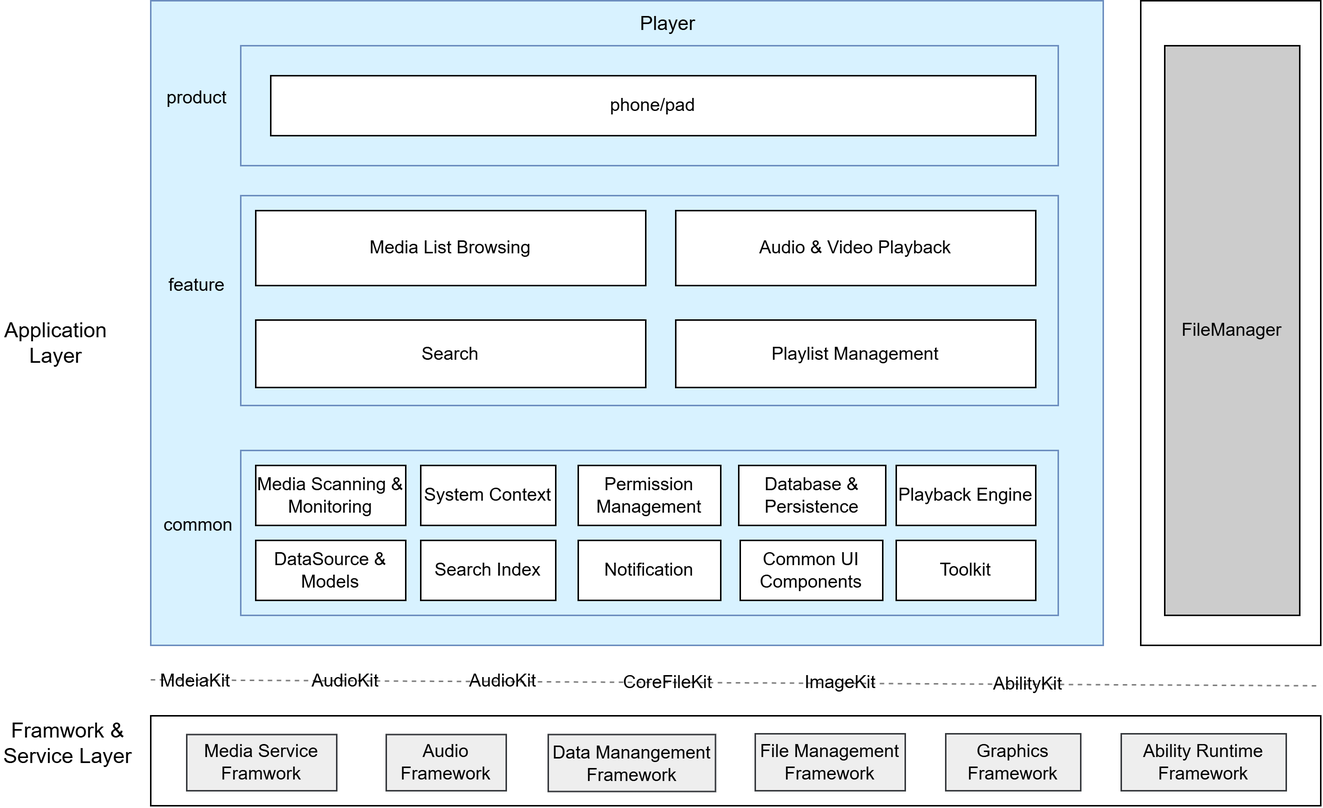
This is figures/Player_en.png from eclipse-oniro-mirrors/applications_players, a draw.io export, as it was before one commit. Source tidied: cells renumbered, new cells last; positions are measured from the earlier drawing's top-left corner, leaving out a move shared by most shapes.
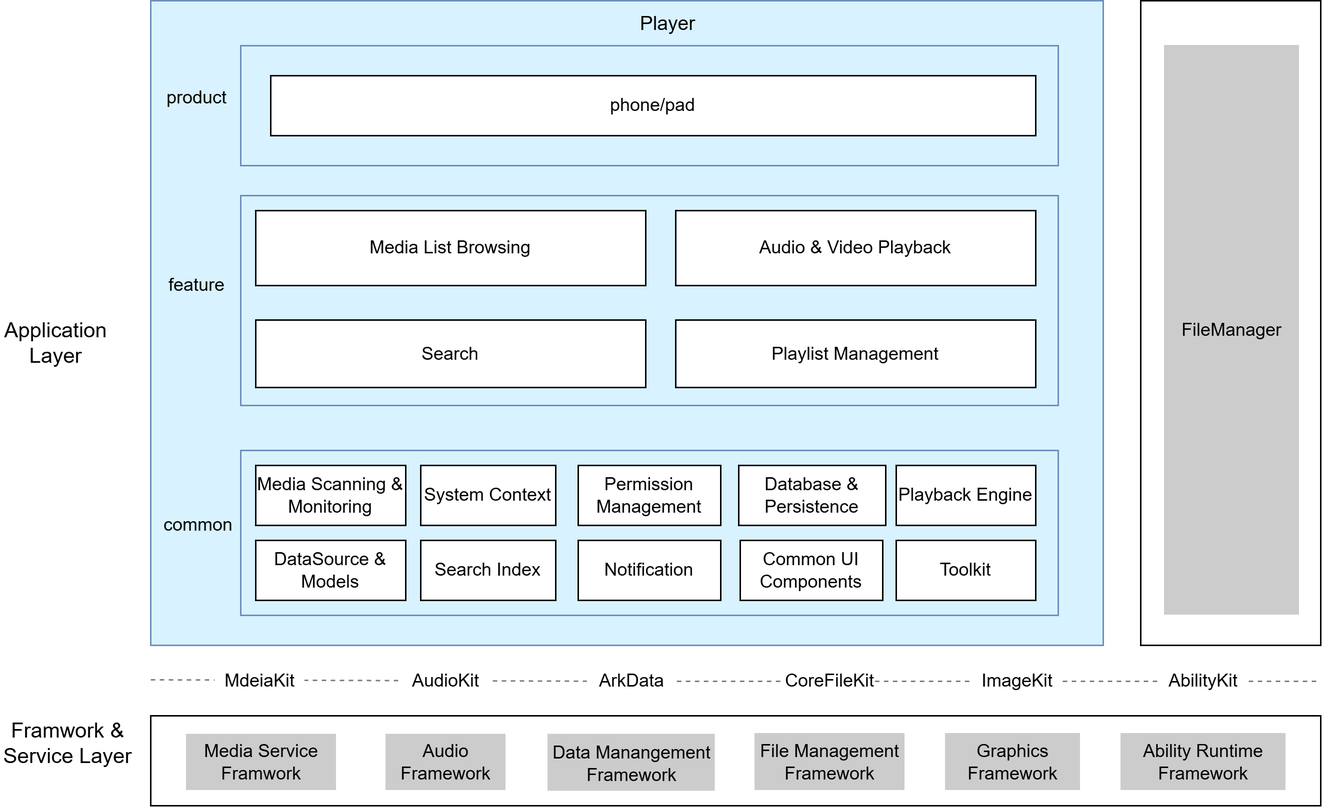
After the commit.

What changed in the source:
```diff
@@ -47,7 +47,7 @@
     <mxCell id="16" style="rounded=0;whiteSpace=wrap;html=1;" parent="1" vertex="1">
       <mxGeometry x="760" width="120" height="430" as="geometry" />
     </mxCell>
-    <mxCell id="17" value="FileManager" style="rounded=0;whiteSpace=wrap;html=1;fillColor=#CCCCCC;" parent="1" vertex="1">
+    <mxCell id="17" value="FileManager" style="rounded=0;whiteSpace=wrap;html=1;fillColor=#CCCCCC;strokeColor=none;" parent="1" vertex="1">
       <mxGeometry x="776" y="30" width="90" height="380" as="geometry" />
     </mxCell>
     <mxCell id="18" value="Player" style="text;html=1;whiteSpace=wrap;strokeColor=none;fillColor=none;align=center;verticalAlign=middle;rounded=0;fontSize=13;" parent="1" vertex="1">
@@ -68,49 +68,30 @@
     <mxCell id="23" value="Toolkit" style="rounded=0;whiteSpace=wrap;html=1;" parent="1" vertex="1">
       <mxGeometry x="597" y="360" width="93" height="40" as="geometry" />
     </mxCell>
-    <mxCell id="24" style="endArrow=none;dashed=1;html=1;rounded=0;opacity=50;" parent="1" edge="1">
+    <mxCell id="24" style="endArrow=none;dashed=1;html=1;rounded=0;opacity=50;" parent="1" edge="1" source="30">
       <mxGeometry relative="1" as="geometry">
-        <mxPoint x="100" y="453" as="sourcePoint" />
-        <mxPoint x="880" y="457" as="targetPoint" />
+        <mxPoint x="880" y="454" as="targetPoint" />
       </mxGeometry>
     </mxCell>
-    <mxCell id="25" value="MdeiaKit" style="text;html=1;whiteSpace=wrap;strokeColor=none;fillColor=none;align=center;verticalAlign=middle;rounded=0;" parent="1" vertex="1">
-      <mxGeometry x="100" y="439" width="60" height="30" as="geometry" />
-    </mxCell>
-    <mxCell id="26" value="AudioKit" style="text;html=1;whiteSpace=wrap;strokeColor=none;fillColor=none;align=center;verticalAlign=middle;rounded=0;" parent="1" vertex="1">
-      <mxGeometry x="200" y="439" width="60" height="30" as="geometry" />
-    </mxCell>
-    <mxCell id="27" value="AudioKit" style="text;html=1;whiteSpace=wrap;strokeColor=none;fillColor=none;align=center;verticalAlign=middle;rounded=0;" parent="1" vertex="1">
-      <mxGeometry x="305" y="439" width="60" height="30" as="geometry" />
-    </mxCell>
-    <mxCell id="28" value="CoreFileKit" style="text;html=1;whiteSpace=wrap;strokeColor=none;fillColor=none;align=center;verticalAlign=middle;rounded=0;" parent="1" vertex="1">
-      <mxGeometry x="415" y="440" width="60" height="30" as="geometry" />
-    </mxCell>
-    <mxCell id="29" value="ImageKit" style="text;html=1;whiteSpace=wrap;strokeColor=none;fillColor=none;align=center;verticalAlign=middle;rounded=0;" parent="1" vertex="1">
-      <mxGeometry x="530" y="440" width="60" height="30" as="geometry" />
-    </mxCell>
-    <mxCell id="30" value="AbilityKit" style="text;html=1;whiteSpace=wrap;strokeColor=none;fillColor=none;align=center;verticalAlign=middle;rounded=0;" parent="1" vertex="1">
-      <mxGeometry x="655" y="441" width="60" height="30" as="geometry" />
-    </mxCell>
     <mxCell id="31" style="rounded=0;whiteSpace=wrap;html=1;" parent="1" vertex="1">
       <mxGeometry x="100" y="477" width="780" height="60" as="geometry" />
     </mxCell>
-    <mxCell id="32" value="Media Service Framwork" style="rounded=0;whiteSpace=wrap;html=1;fillColor=#eeeeee;strokeColor=#36393d;" parent="1" vertex="1">
+    <mxCell id="32" value="Media Service Framwork" style="rounded=0;whiteSpace=wrap;html=1;fillColor=#CCCCCC;strokeColor=none;" parent="1" vertex="1">
       <mxGeometry x="124" y="489.5" width="100" height="37.5" as="geometry" />
     </mxCell>
-    <mxCell id="33" value="Audio Framework" style="rounded=0;whiteSpace=wrap;html=1;fillColor=#eeeeee;strokeColor=#36393d;" parent="1" vertex="1">
+    <mxCell id="33" value="Audio Framework" style="rounded=0;whiteSpace=wrap;html=1;fillColor=#CCCCCC;strokeColor=none;" parent="1" vertex="1">
       <mxGeometry x="257" y="489.5" width="80" height="37.5" as="geometry" />
     </mxCell>
-    <mxCell id="34" value="Data Manangement Framework" style="rounded=0;whiteSpace=wrap;html=1;fillColor=#eeeeee;strokeColor=#36393d;" parent="1" vertex="1">
+    <mxCell id="34" value="Data Manangement Framework" style="rounded=0;whiteSpace=wrap;html=1;fillColor=#CCCCCC;strokeColor=none;" parent="1" vertex="1">
       <mxGeometry x="365" y="489.5" width="111.5" height="38" as="geometry" />
     </mxCell>
-    <mxCell id="35" value="File Management Framework" style="rounded=0;whiteSpace=wrap;html=1;fillColor=#eeeeee;strokeColor=#36393d;" parent="1" vertex="1">
+    <mxCell id="35" value="File Management Framework" style="rounded=0;whiteSpace=wrap;html=1;fillColor=#CCCCCC;strokeColor=none;" parent="1" vertex="1">
       <mxGeometry x="503" y="489" width="100" height="38" as="geometry" />
     </mxCell>
-    <mxCell id="36" value="Graphics Framework" style="rounded=0;whiteSpace=wrap;html=1;fillColor=#eeeeee;strokeColor=#36393d;" parent="1" vertex="1">
+    <mxCell id="36" value="Graphics Framework" style="rounded=0;whiteSpace=wrap;html=1;fillColor=#CCCCCC;strokeColor=none;" parent="1" vertex="1">
       <mxGeometry x="630" y="489" width="90" height="38" as="geometry" />
     </mxCell>
-    <mxCell id="37" value="Ability Runtime Framework" style="rounded=0;whiteSpace=wrap;html=1;fillColor=#eeeeee;strokeColor=#36393d;" parent="1" vertex="1">
+    <mxCell id="37" value="Ability Runtime Framework" style="rounded=0;whiteSpace=wrap;html=1;fillColor=#CCCCCC;strokeColor=none;" parent="1" vertex="1">
       <mxGeometry x="747" y="489" width="110" height="38" as="geometry" />
     </mxCell>
     <mxCell id="38" value="Application Layer" style="text;html=1;whiteSpace=wrap;strokeColor=none;fillColor=none;align=center;verticalAlign=middle;rounded=0;fontSize=14;" parent="1" vertex="1">
@@ -128,5 +109,34 @@
     <mxCell id="42" value="common" style="text;html=1;whiteSpace=wrap;strokeColor=none;fillColor=none;align=center;verticalAlign=middle;rounded=0;" parent="1" vertex="1">
       <mxGeometry x="102" y="335" width="60" height="30" as="geometry" />
     </mxCell>
+    <mxCell id="43" style="endArrow=none;dashed=1;html=1;rounded=0;opacity=50;" parent="1" edge="1" source="29" target="30">
+      <mxGeometry relative="1" as="geometry" />
+    </mxCell>
+    <mxCell id="30" value="AbilityKit" style="text;html=1;whiteSpace=wrap;strokeColor=none;fillColor=#FFFFFF;align=center;verticalAlign=middle;rounded=0;" parent="1" vertex="1">
+      <mxGeometry x="772" y="439" width="60" height="30" as="geometry" />
+    </mxCell>
+    <mxCell id="44" style="endArrow=none;dashed=1;html=1;rounded=0;opacity=50;" parent="1" edge="1" source="27" target="29">
+      <mxGeometry relative="1" as="geometry" />
+    </mxCell>
+    <mxCell id="29" value="ImageKit" style="text;html=1;whiteSpace=wrap;strokeColor=none;fillColor=#FFFFFF;align=center;verticalAlign=middle;rounded=0;" parent="1" vertex="1">
+      <mxGeometry x="648" y="439" width="60" height="30" as="geometry" />
+    </mxCell>
+    <mxCell id="27" value="ArkData" style="text;html=1;whiteSpace=wrap;strokeColor=none;fillColor=#FFFFFF;align=center;verticalAlign=middle;rounded=0;" parent="1" vertex="1">
+      <mxGeometry x="390.8" y="439" width="60" height="30" as="geometry" />
+    </mxCell>
+    <mxCell id="45" style="endArrow=none;dashed=1;html=1;rounded=0;opacity=50;" parent="1" edge="1" target="27">
+      <mxGeometry relative="1" as="geometry">
+        <mxPoint x="100" y="453" as="sourcePoint" />
+      </mxGeometry>
+    </mxCell>
+    <mxCell id="25" value="MdeiaKit" style="text;html=1;whiteSpace=wrap;strokeColor=none;fillColor=#FFFFFF;align=center;verticalAlign=middle;rounded=0;" parent="1" vertex="1">
+      <mxGeometry x="143" y="439" width="60" height="30" as="geometry" />
+    </mxCell>
+    <mxCell id="26" value="AudioKit" style="text;html=1;whiteSpace=wrap;strokeColor=none;fillColor=#FFFFFF;align=center;verticalAlign=middle;rounded=0;" parent="1" vertex="1">
+      <mxGeometry x="267" y="439" width="60" height="30" as="geometry" />
+    </mxCell>
+    <mxCell id="28" value="CoreFileKit" style="text;html=1;whiteSpace=wrap;strokeColor=none;fillColor=#FFFFFF;align=center;verticalAlign=middle;rounded=0;" parent="1" vertex="1">
+      <mxGeometry x="523" y="439" width="60" height="30" as="geometry" />
+    </mxCell>
   </root>
 </mxGraphModel>
```
